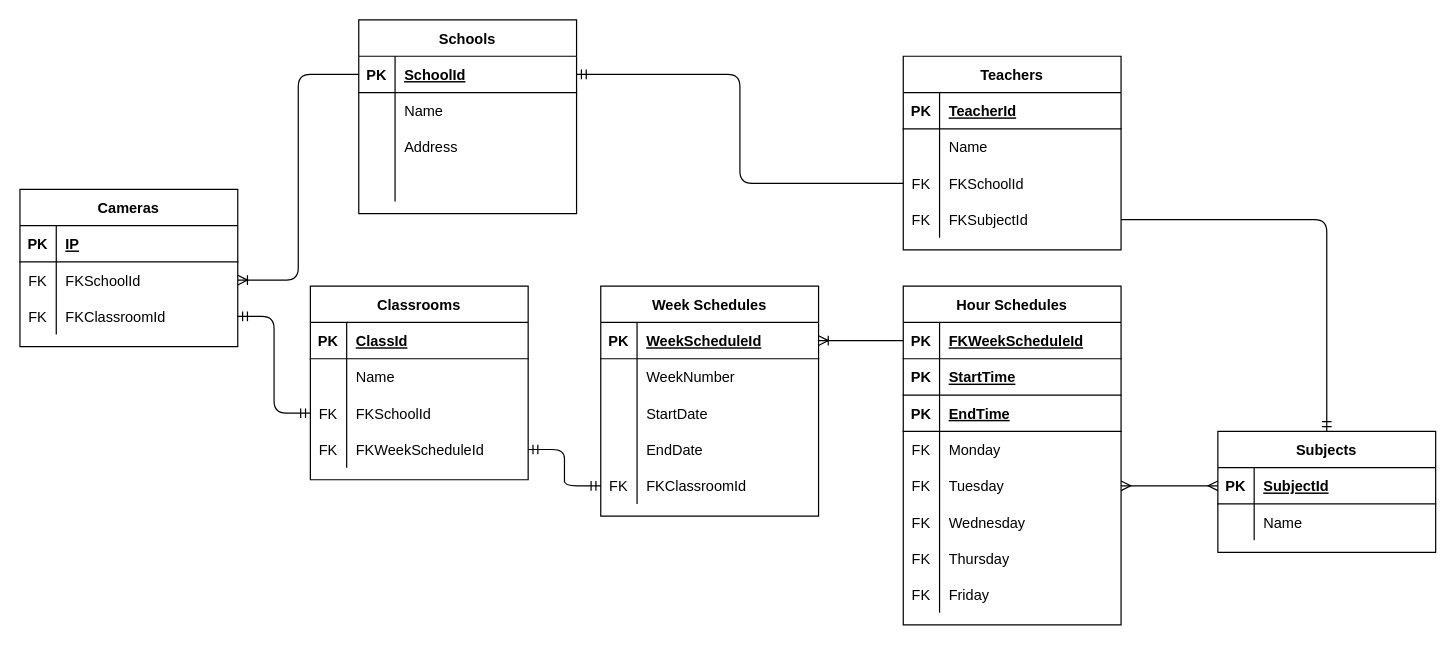
AMDAOFF/IT-GreenDeal keeps this draw.io diagram as Documentation/Attendance ER-Diagram.drawio. Above is the earlier version. Source tidied: cells renumbered, new cells numbered last; positions are measured from the earlier drawing's top-left corner, leaving out a move shared by most shapes. Both pictures are drawn from the tidied source at 121%, with x=0, y=0 at pixel (19, 19).
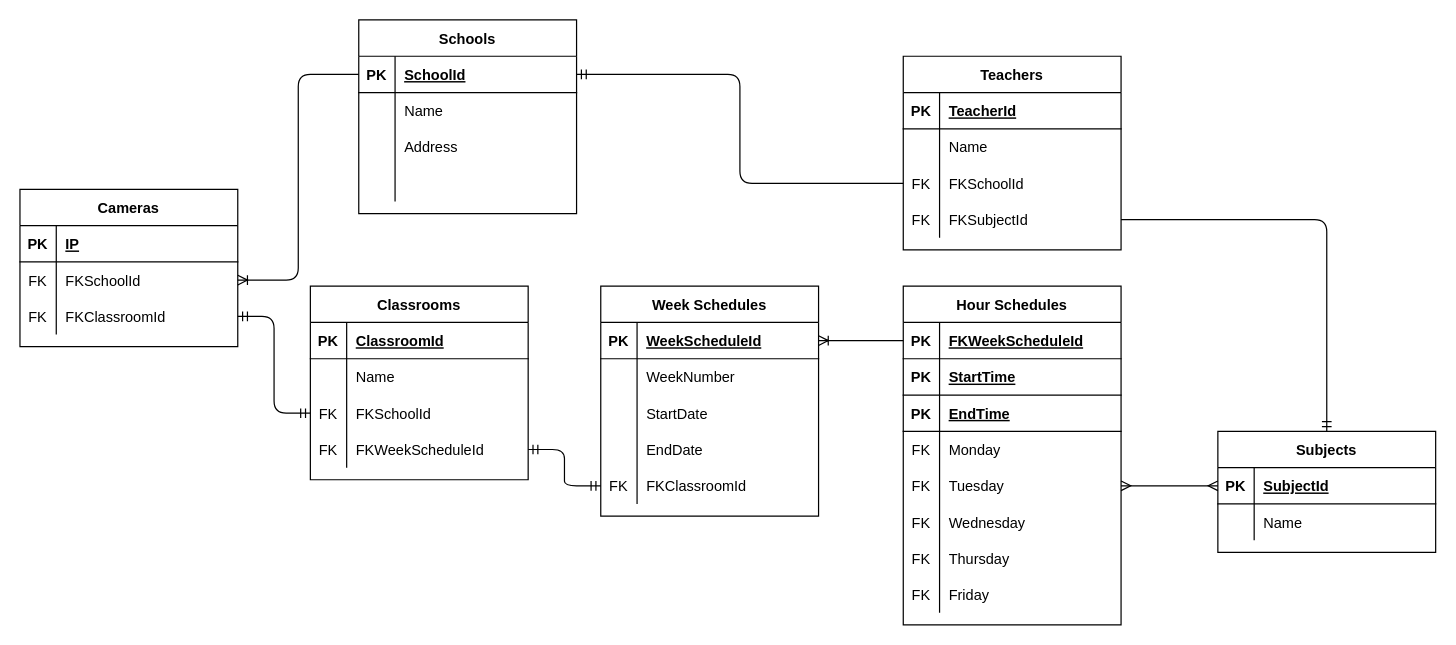
Above is the later version.

Commit message (it also covers changes not shown here):
First Draft ER-Diagram

Unchanged cells that the change refers to:
```xml
<mxCell id="13" style="shape=partialRectangle;fillColor=none;top=0;left=0;bottom=1;right=0;" parent="12" vertex="1">
  <mxGeometry y="30" width="180" height="30" as="geometry" />
</mxCell>
```

Diff of the diagram source:
```diff
@@
-    <mxCell id="15" value="ClassId" style="shape=partialRectangle;fillColor=none;top=0;left=0;bottom=0;right=0;align=left;spacingLeft=6;fontStyle=5;overflow=hidden;" parent="13" vertex="1">
+    <mxCell id="15" value="ClassroomId" style="shape=partialRectangle;fillColor=none;top=0;left=0;bottom=0;right=0;align=left;spacingLeft=6;fontStyle=5;overflow=hidden;" parent="13" vertex="1">
       <mxGeometry x="30" width="150" height="30" as="geometry" />
     </mxCell>
```
